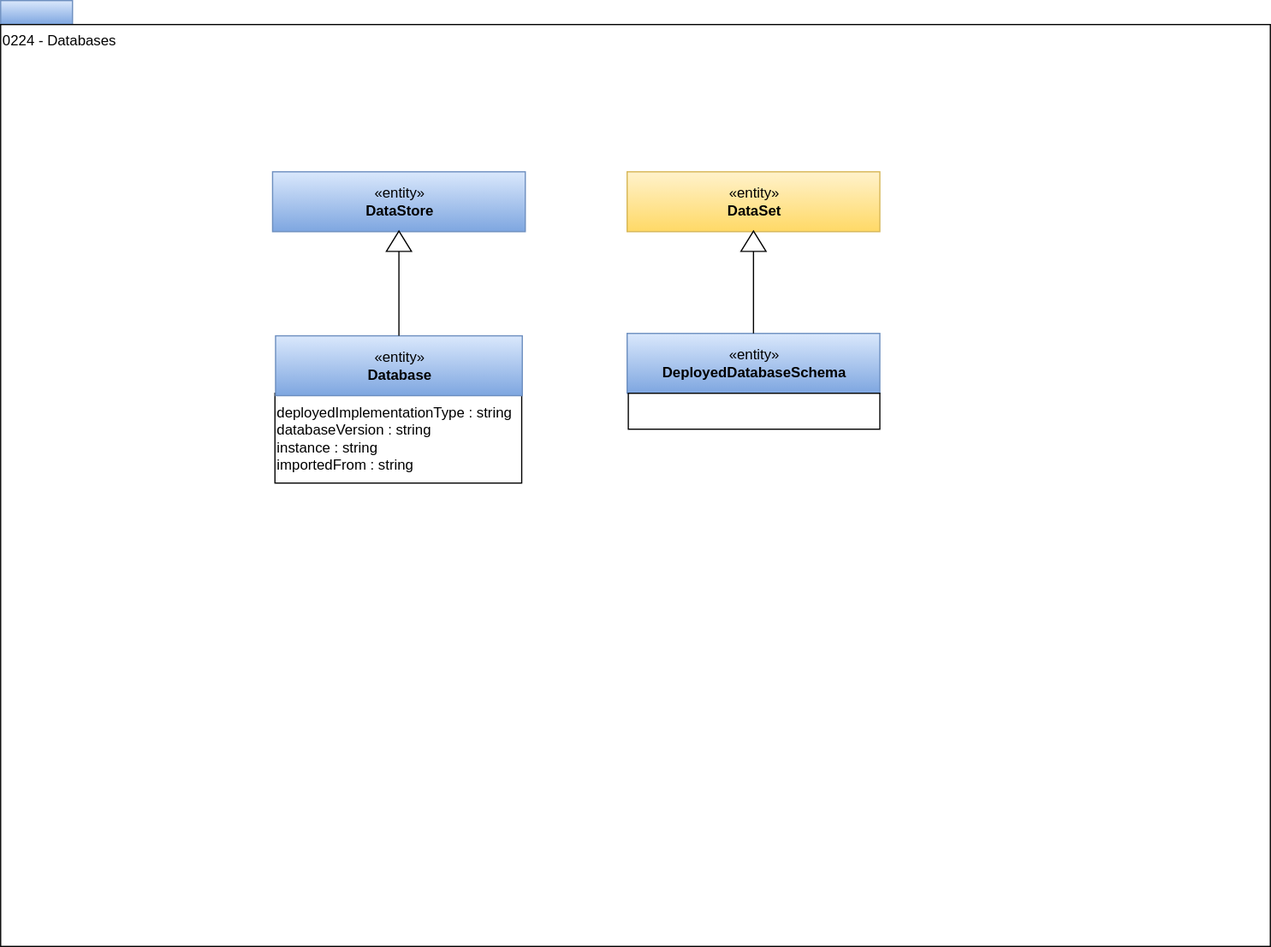
Earlier version of the draw.io export site/docs/types/2/0224-Databases.svg (odpi/egeria-docs). Source tidied: cells renumbered, new cells last; positions are measured from the earlier drawing's top-left corner, leaving out a move shared by most shapes.
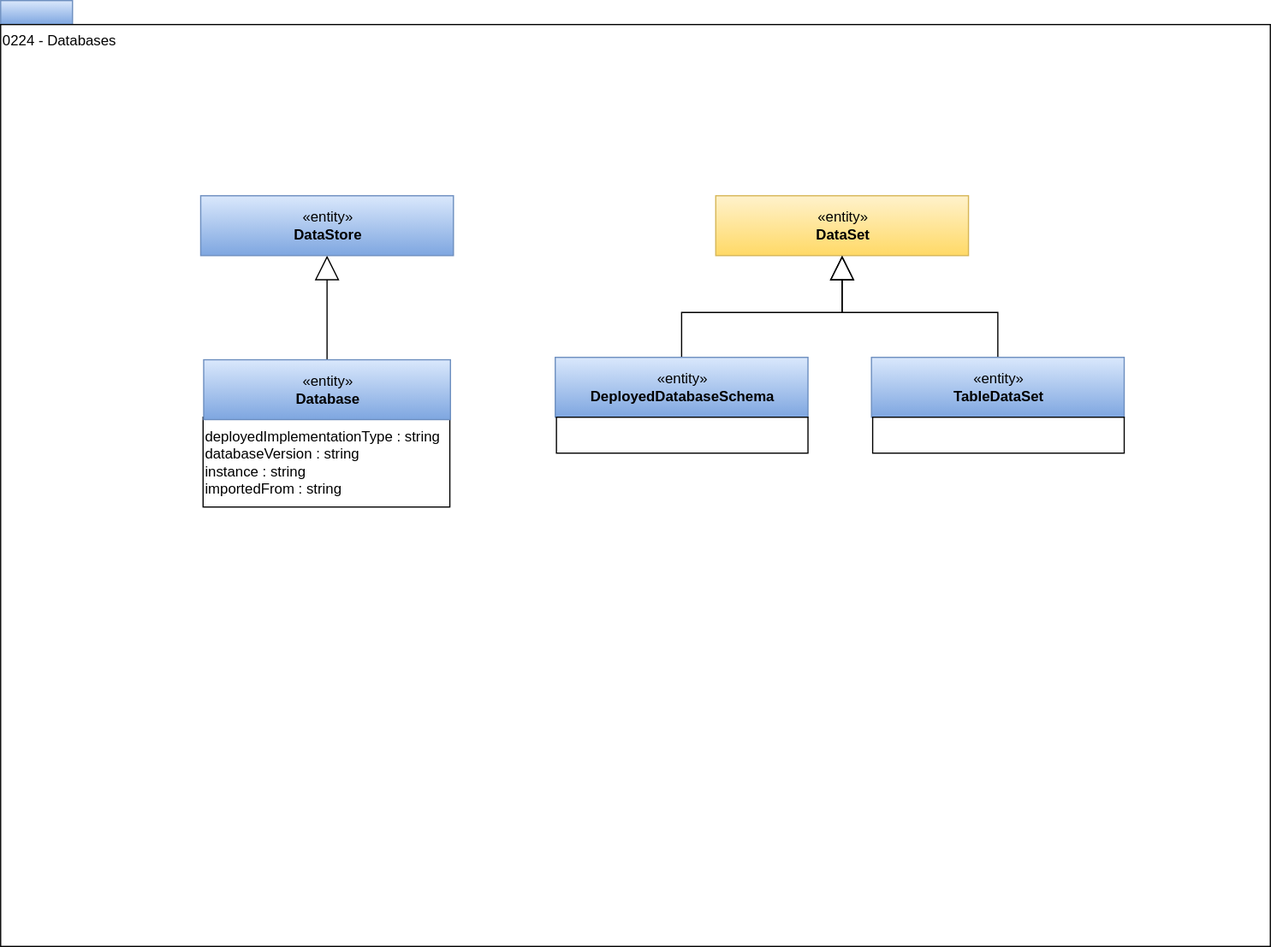
The same diagram one commit later.

What changed in the source:
```diff
@@ -8,35 +8,38 @@
     <mxCell id="3" value="0224 - Databases" style="rounded=0;whiteSpace=wrap;html=1;align=left;verticalAlign=top;" parent="1" vertex="1">
       <mxGeometry y="20" width="1060" height="770" as="geometry" />
     </mxCell>
-    <mxCell id="4" value="«entity»&lt;br&gt;&lt;b&gt;DeployedDatabaseSchema&lt;/b&gt;" style="html=1;strokeColor=#6c8ebf;align=center;fillColor=#dae8fc;gradientColor=#7ea6e0;" parent="1" vertex="1">
-      <mxGeometry x="523" y="278" width="211" height="50" as="geometry" />
+    <mxCell id="4" style="edgeStyle=orthogonalEdgeStyle;rounded=0;jettySize=auto;html=1;exitX=0.5;exitY=0;exitDx=0;exitDy=0;endArrow=block;endFill=0;strokeWidth=1;endSize=18;" parent="1" edge="1" source="5" target="7">
+      <mxGeometry relative="1" as="geometry" />
     </mxCell>
-    <mxCell id="5" style="rounded=0;whiteSpace=wrap;html=1;strokeColor=#000000;gradientColor=#ffffff;align=left;" parent="1" vertex="1">
-      <mxGeometry x="524" y="328" width="210" height="30" as="geometry" />
+    <mxCell id="5" value="«entity»&lt;br&gt;&lt;b&gt;DeployedDatabaseSchema&lt;/b&gt;" style="html=1;strokeColor=#6c8ebf;align=center;fillColor=#dae8fc;gradientColor=#7ea6e0;" parent="1" vertex="1">
+      <mxGeometry x="463" y="298" width="211" height="50" as="geometry" />
     </mxCell>
-    <mxCell id="6" value="«entity»&lt;br&gt;&lt;b&gt;DataSet&lt;/b&gt;" style="html=1;strokeColor=#d6b656;align=center;fillColor=#fff2cc;gradientColor=#ffd966;" parent="1" vertex="1">
-      <mxGeometry x="523" y="143" width="211" height="50" as="geometry" />
+    <mxCell id="6" style="rounded=0;whiteSpace=wrap;html=1;strokeColor=#000000;gradientColor=#ffffff;align=left;" parent="1" vertex="1">
+      <mxGeometry x="464" y="348" width="210" height="30" as="geometry" />
     </mxCell>
-    <mxCell id="7" style="edgeStyle=orthogonalEdgeStyle;rounded=0;jettySize=auto;html=1;exitX=0;exitY=0.5;exitDx=0;exitDy=0;endArrow=none;endFill=0;" parent="1" edge="1" source="8" target="4">
-      <mxGeometry relative="1" as="geometry" />
+    <mxCell id="7" value="«entity»&lt;br&gt;&lt;b&gt;DataSet&lt;/b&gt;" style="html=1;strokeColor=#d6b656;align=center;fillColor=#fff2cc;gradientColor=#ffd966;" parent="1" vertex="1">
+      <mxGeometry x="597" y="163" width="211" height="50" as="geometry" />
     </mxCell>
-    <mxCell id="8" style="triangle;whiteSpace=wrap;html=1;strokeColor=#000000;gradientColor=#ffffff;align=center;rotation=-90;" parent="1" vertex="1">
-      <mxGeometry x="620" y="190.5" width="17" height="21" as="geometry" />
+    <mxCell id="8" value="deployedImplementationType : string&lt;br&gt;databaseVersion : string&lt;br&gt;instance : string&lt;br&gt;importedFrom : string" style="rounded=0;whiteSpace=wrap;html=1;strokeColor=#000000;gradientColor=#ffffff;align=left;" parent="1" vertex="1">
+      <mxGeometry x="169" y="348" width="206" height="75" as="geometry" />
     </mxCell>
-    <mxCell id="9" value="deployedImplementationType : string&lt;br&gt;databaseVersion : string&lt;br&gt;instance : string&lt;br&gt;importedFrom : string" style="rounded=0;whiteSpace=wrap;html=1;strokeColor=#000000;gradientColor=#ffffff;align=left;" parent="1" vertex="1">
-      <mxGeometry x="229" y="328" width="206" height="75" as="geometry" />
+    <mxCell id="9" style="edgeStyle=orthogonalEdgeStyle;rounded=0;jettySize=auto;html=1;exitX=0.5;exitY=0;exitDx=0;exitDy=0;strokeWidth=1;endArrow=block;endFill=0;endSize=18;" parent="1" edge="1" source="10" target="11">
+      <mxGeometry relative="1" as="geometry" />
     </mxCell>
     <mxCell id="10" value="«entity»&lt;br&gt;&lt;b&gt;Database&lt;/b&gt;" style="html=1;strokeColor=#6c8ebf;align=center;fillColor=#dae8fc;gradientColor=#7ea6e0;" parent="1" vertex="1">
-      <mxGeometry x="229.5" y="280" width="206" height="50" as="geometry" />
+      <mxGeometry x="169.5" y="300" width="206" height="50" as="geometry" />
     </mxCell>
     <mxCell id="11" value="«entity»&lt;br&gt;&lt;b&gt;DataStore&lt;/b&gt;" style="html=1;strokeColor=#6c8ebf;align=center;fillColor=#dae8fc;gradientColor=#7ea6e0;" parent="1" vertex="1">
-      <mxGeometry x="227" y="143" width="211" height="50" as="geometry" />
+      <mxGeometry x="167" y="163" width="211" height="50" as="geometry" />
     </mxCell>
-    <mxCell id="12" style="edgeStyle=orthogonalEdgeStyle;rounded=0;jettySize=auto;html=1;exitX=0;exitY=0.5;exitDx=0;exitDy=0;endArrow=none;endFill=0;entryX=0.5;entryY=0;entryDx=0;entryDy=0;" parent="1" edge="1" source="13" target="10">
+    <mxCell id="12" style="edgeStyle=orthogonalEdgeStyle;rounded=0;jettySize=auto;html=1;exitX=0.5;exitY=0;exitDx=0;exitDy=0;strokeWidth=1;endArrow=block;endFill=0;endSize=18;" parent="1" edge="1" source="13" target="7">
       <mxGeometry relative="1" as="geometry" />
     </mxCell>
-    <mxCell id="13" style="triangle;whiteSpace=wrap;html=1;strokeColor=#000000;gradientColor=#ffffff;align=center;rotation=-90;" parent="1" vertex="1">
-      <mxGeometry x="324" y="190.5" width="17" height="21" as="geometry" />
+    <mxCell id="13" value="«entity»&lt;br&gt;&lt;b&gt;TableDataSet&lt;/b&gt;" style="html=1;strokeColor=#6c8ebf;align=center;fillColor=#dae8fc;gradientColor=#7ea6e0;" parent="1" vertex="1">
+      <mxGeometry x="727" y="298" width="211" height="50" as="geometry" />
     </mxCell>
+    <mxCell id="14" style="rounded=0;whiteSpace=wrap;html=1;strokeColor=#000000;gradientColor=#ffffff;align=left;" parent="1" vertex="1">
+      <mxGeometry x="728" y="348" width="210" height="30" as="geometry" />
+    </mxCell>
   </root>
 </mxGraphModel>
```
